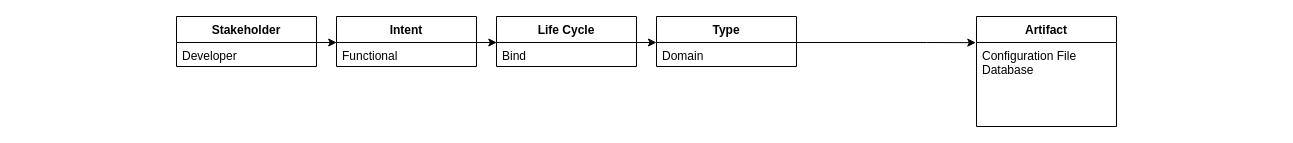
Earlier version of the draw.io diagram images/lalks_icse10.drawio (AI-4-SE/Dimensions-of-Software-Configuration). Source tidied: cells renumbered, new cells numbered last; positions are measured from the earlier drawing's top-left corner, leaving out a move shared by most shapes. Both pictures are drawn from the tidied source at 100%, with x=0, y=0 at pixel (176, 16).
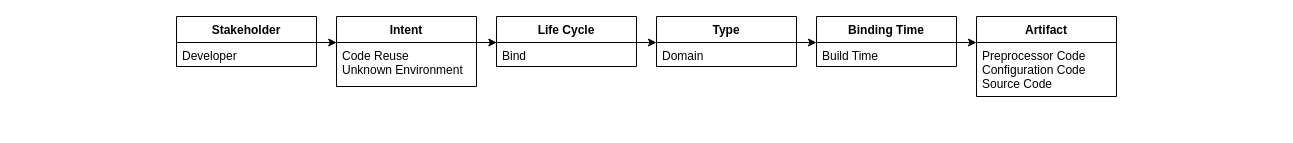
After the change.

Diff of the diagram source:
```diff
@@
     <mxCell id="5" value="Intent" style="swimlane;fontStyle=1;horizontal=1;startSize=26;fillColor=none;" parent="1" vertex="1">
-      <mxGeometry x="160" width="140" height="50" as="geometry" />
+      <mxGeometry x="160" width="140" height="70" as="geometry" />
     </mxCell>
-    <mxCell id="6" value="Functional" style="text;strokeColor=none;fillColor=none;align=left;verticalAlign=top;spacingLeft=4;spacingRight=4;overflow=hidden;" parent="5" vertex="1">
-      <mxGeometry y="26" width="140" height="24" as="geometry" />
+    <mxCell id="6" value="Code Reuse&#10;Unknown Environment" style="text;strokeColor=none;fillColor=none;align=left;verticalAlign=top;spacingLeft=4;spacingRight=4;overflow=hidden;" parent="5" vertex="1">
+      <mxGeometry y="26" width="140" height="44" as="geometry" />
     </mxCell>
     <mxCell id="7" value="Artifact" style="swimlane;fontStyle=1;horizontal=1;startSize=26;fillColor=none;" parent="1" vertex="1">
-      <mxGeometry x="800" width="140" height="110" as="geometry" />
+      <mxGeometry x="800" width="140" height="80" as="geometry" />
     </mxCell>
-    <mxCell id="8" value="Configuration File&#10;Database" style="text;strokeColor=none;fillColor=none;align=left;verticalAlign=top;spacingLeft=4;spacingRight=4;overflow=hidden;points=[[0,0.5],[1,0.5]];portConstraint=eastwest;" parent="7" vertex="1">
-      <mxGeometry y="26" width="140" height="84" as="geometry" />
+    <mxCell id="8" value="Preprocessor Code&#10;Configuration Code&#10;Source Code" style="text;strokeColor=none;fillColor=none;align=left;verticalAlign=top;spacingLeft=4;spacingRight=4;overflow=hidden;points=[[0,0.5],[1,0.5]];portConstraint=eastwest;" parent="7" vertex="1">
+      <mxGeometry y="26" width="140" height="54" as="geometry" />
     </mxCell>
@@
-    <mxCell id="18" style="edgeStyle=orthogonalEdgeStyle;rounded=0;jettySize=auto;html=1;entryX=-0.005;entryY=0.002;entryDx=0;entryDy=0;entryPerimeter=0;" parent="1" edge="1" target="8">
-      <mxGeometry relative="1" as="geometry">
-        <mxPoint x="620" y="26" as="sourcePoint" />
-        <Array as="points">
-          <mxPoint x="750" y="26" />
-          <mxPoint x="750" y="26" />
-        </Array>
-      </mxGeometry>
-    </mxCell>
+    <mxCell id="19" style="edgeStyle=orthogonalEdgeStyle;rounded=0;orthogonalLoop=1;jettySize=auto;html=1;entryX=0;entryY=0.5;entryDx=0;entryDy=0;strokeColor=none;noLabel=1;fontColor=none;" parent="1" edge="1">
+      <mxGeometry relative="1" as="geometry">
+        <mxPoint x="-20" y="26" as="sourcePoint" />
+        <mxPoint y="26" as="targetPoint" />
+      </mxGeometry>
+    </mxCell>
+    <mxCell id="20" value="Stakeholder" style="swimlane;fontStyle=1;horizontal=1;startSize=26;fillColor=none;strokeColor=none;noLabel=1;fontColor=none;" parent="1" vertex="1">
+      <mxGeometry x="-160" width="140" height="50" as="geometry" />
+    </mxCell>
+    <mxCell id="21" value="Developer" style="text;strokeColor=none;fillColor=none;align=left;verticalAlign=top;spacingLeft=4;spacingRight=4;overflow=hidden;noLabel=1;fontColor=none;" parent="20" vertex="1">
+      <mxGeometry y="26" width="140" height="24" as="geometry" />
+    </mxCell>
+    <mxCell id="22" style="edgeStyle=orthogonalEdgeStyle;rounded=0;orthogonalLoop=1;jettySize=auto;html=1;entryX=0;entryY=0.5;entryDx=0;entryDy=0;" parent="1" edge="1">
+      <mxGeometry relative="1" as="geometry">
+        <mxPoint x="620" y="26" as="sourcePoint" />
+        <mxPoint x="640" y="26" as="targetPoint" />
+      </mxGeometry>
+    </mxCell>
+    <mxCell id="23" value="Binding Time" style="swimlane;fontStyle=1;horizontal=1;startSize=26;fillColor=none;" parent="1" vertex="1">
+      <mxGeometry x="640" width="140" height="50" as="geometry" />
+    </mxCell>
+    <mxCell id="24" value="Build Time" style="text;strokeColor=none;fillColor=none;align=left;verticalAlign=top;spacingLeft=4;spacingRight=4;overflow=hidden;" parent="23" vertex="1">
+      <mxGeometry y="26" width="140" height="24" as="geometry" />
+    </mxCell>
+    <mxCell id="25" style="edgeStyle=orthogonalEdgeStyle;rounded=0;orthogonalLoop=1;jettySize=auto;html=1;entryX=0;entryY=0.5;entryDx=0;entryDy=0;" parent="1" edge="1">
+      <mxGeometry relative="1" as="geometry">
+        <mxPoint x="780" y="26" as="sourcePoint" />
+        <mxPoint x="800" y="26" as="targetPoint" />
+      </mxGeometry>
+    </mxCell>
```
